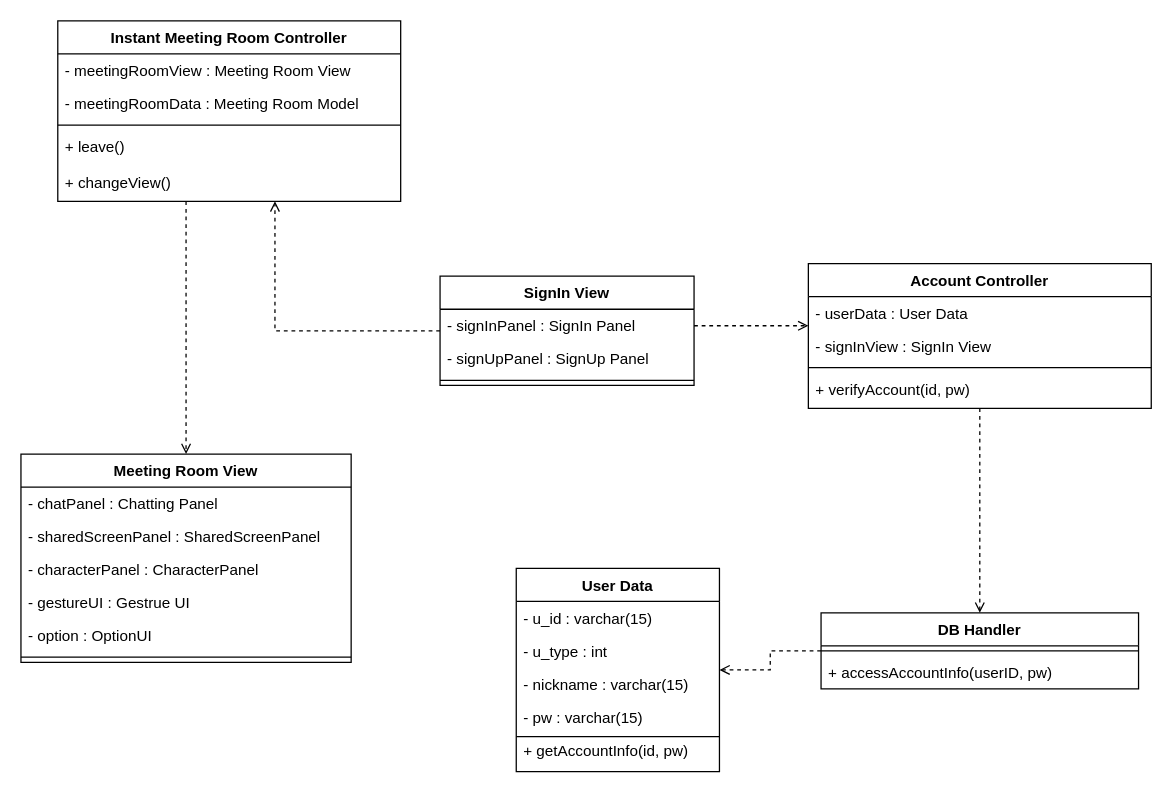
The draw.io diagram CD2-1.drawio in ONFFLine/Diagram, before the edit. Source tidied: cells renumbered, new cells numbered last; positions are measured from the earlier drawing's top-left corner, leaving out a move shared by most shapes. Both pictures are drawn from the tidied source at 127%, with x=0, y=0 at pixel (20, 20).
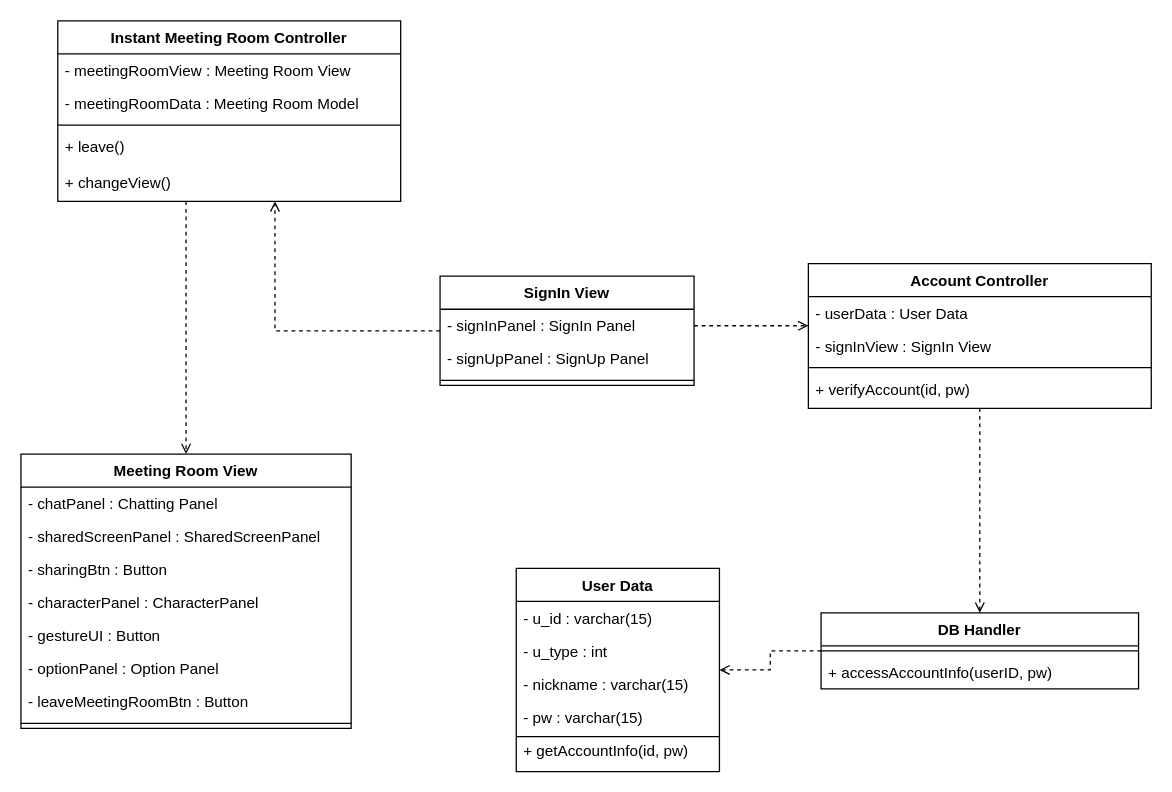
The same page after the edit.

Diff of the diagram source:
```diff
@@
     <mxCell id="9" value="Meeting Room View" style="swimlane;fontStyle=1;align=center;verticalAlign=top;horizontal=1;startSize=26;" parent="1" vertex="1">
-      <mxGeometry y="341" width="260" height="164" as="geometry" />
+      <mxGeometry y="341" width="260" height="216" as="geometry" />
     </mxCell>
@@
+    <mxCell id="39" value="- sharingBtn : Button" style="text;strokeColor=none;fillColor=none;align=left;verticalAlign=top;spacingLeft=4;spacingRight=4;overflow=hidden;" parent="9" vertex="1">
+      <mxGeometry y="78" width="260" height="26" as="geometry" />
+    </mxCell>
     <mxCell id="12" value="- characterPanel : CharacterPanel" style="text;strokeColor=none;fillColor=none;align=left;verticalAlign=top;spacingLeft=4;spacingRight=4;overflow=hidden;" parent="9" vertex="1">
-      <mxGeometry y="78" width="260" height="26" as="geometry" />
+      <mxGeometry y="104" width="260" height="26" as="geometry" />
     </mxCell>
-    <mxCell id="13" value="- gestureUI : Gestrue UI" style="text;strokeColor=none;fillColor=none;align=left;verticalAlign=top;spacingLeft=4;spacingRight=4;overflow=hidden;" parent="9" vertex="1">
-      <mxGeometry y="104" width="260" height="26" as="geometry" />
+    <mxCell id="13" value="- gestureUI : Button" style="text;strokeColor=none;fillColor=none;align=left;verticalAlign=top;spacingLeft=4;spacingRight=4;overflow=hidden;" parent="9" vertex="1">
+      <mxGeometry y="130" width="260" height="26" as="geometry" />
     </mxCell>
-    <mxCell id="14" value="- option : OptionUI" style="text;strokeColor=none;fillColor=none;align=left;verticalAlign=top;spacingLeft=4;spacingRight=4;overflow=hidden;" parent="9" vertex="1">
-      <mxGeometry y="130" width="260" height="26" as="geometry" />
+    <mxCell id="14" value="- optionPanel : Option Panel" style="text;strokeColor=none;fillColor=none;align=left;verticalAlign=top;spacingLeft=4;spacingRight=4;overflow=hidden;" parent="9" vertex="1">
+      <mxGeometry y="156" width="260" height="26" as="geometry" />
     </mxCell>
+    <mxCell id="40" value="- leaveMeetingRoomBtn : Button" style="text;strokeColor=none;fillColor=none;align=left;verticalAlign=top;spacingLeft=4;spacingRight=4;overflow=hidden;" parent="9" vertex="1">
+      <mxGeometry y="182" width="260" height="26" as="geometry" />
+    </mxCell>
     <mxCell id="15" style="line;strokeWidth=1;fillColor=none;align=left;verticalAlign=middle;spacingTop=-1;spacingLeft=3;spacingRight=3;labelPosition=right;" parent="9" vertex="1">
-      <mxGeometry y="156" width="260" height="8" as="geometry" />
+      <mxGeometry y="208" width="260" height="8" as="geometry" />
     </mxCell>
```
